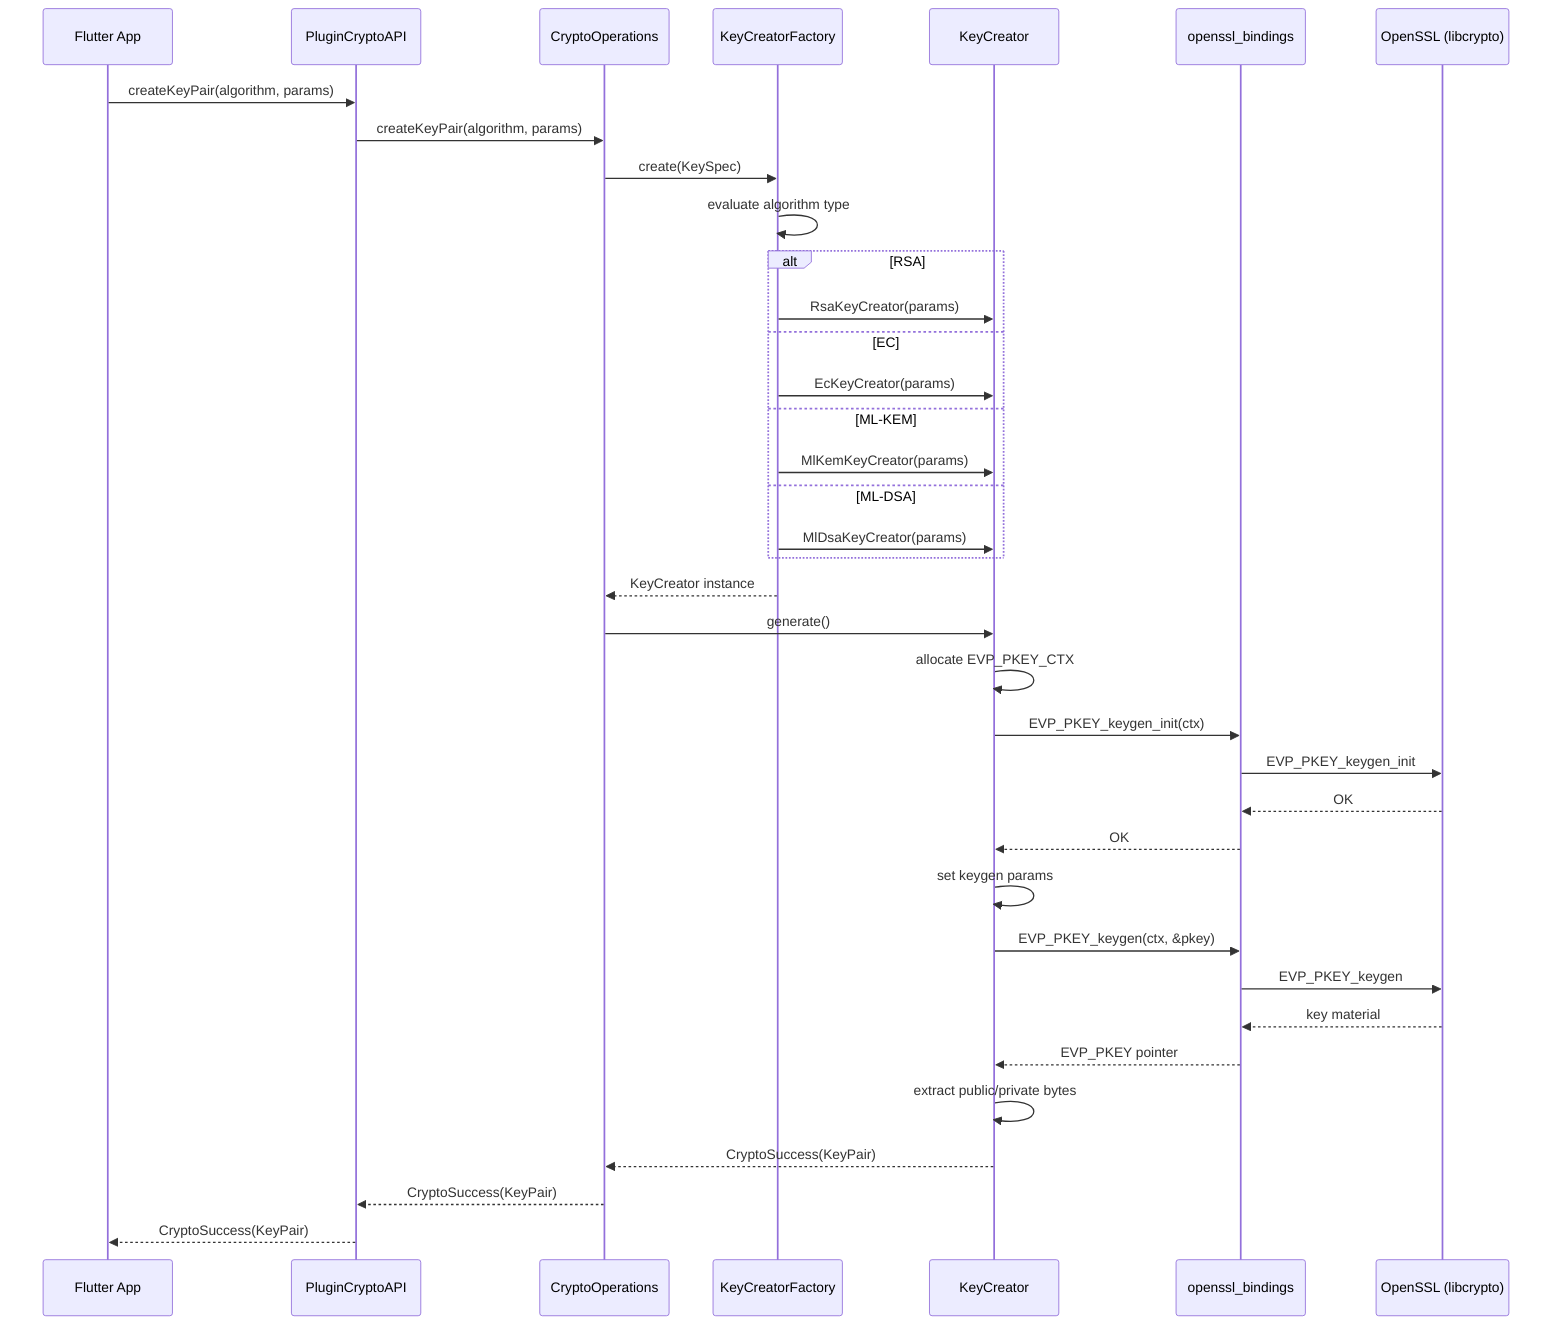
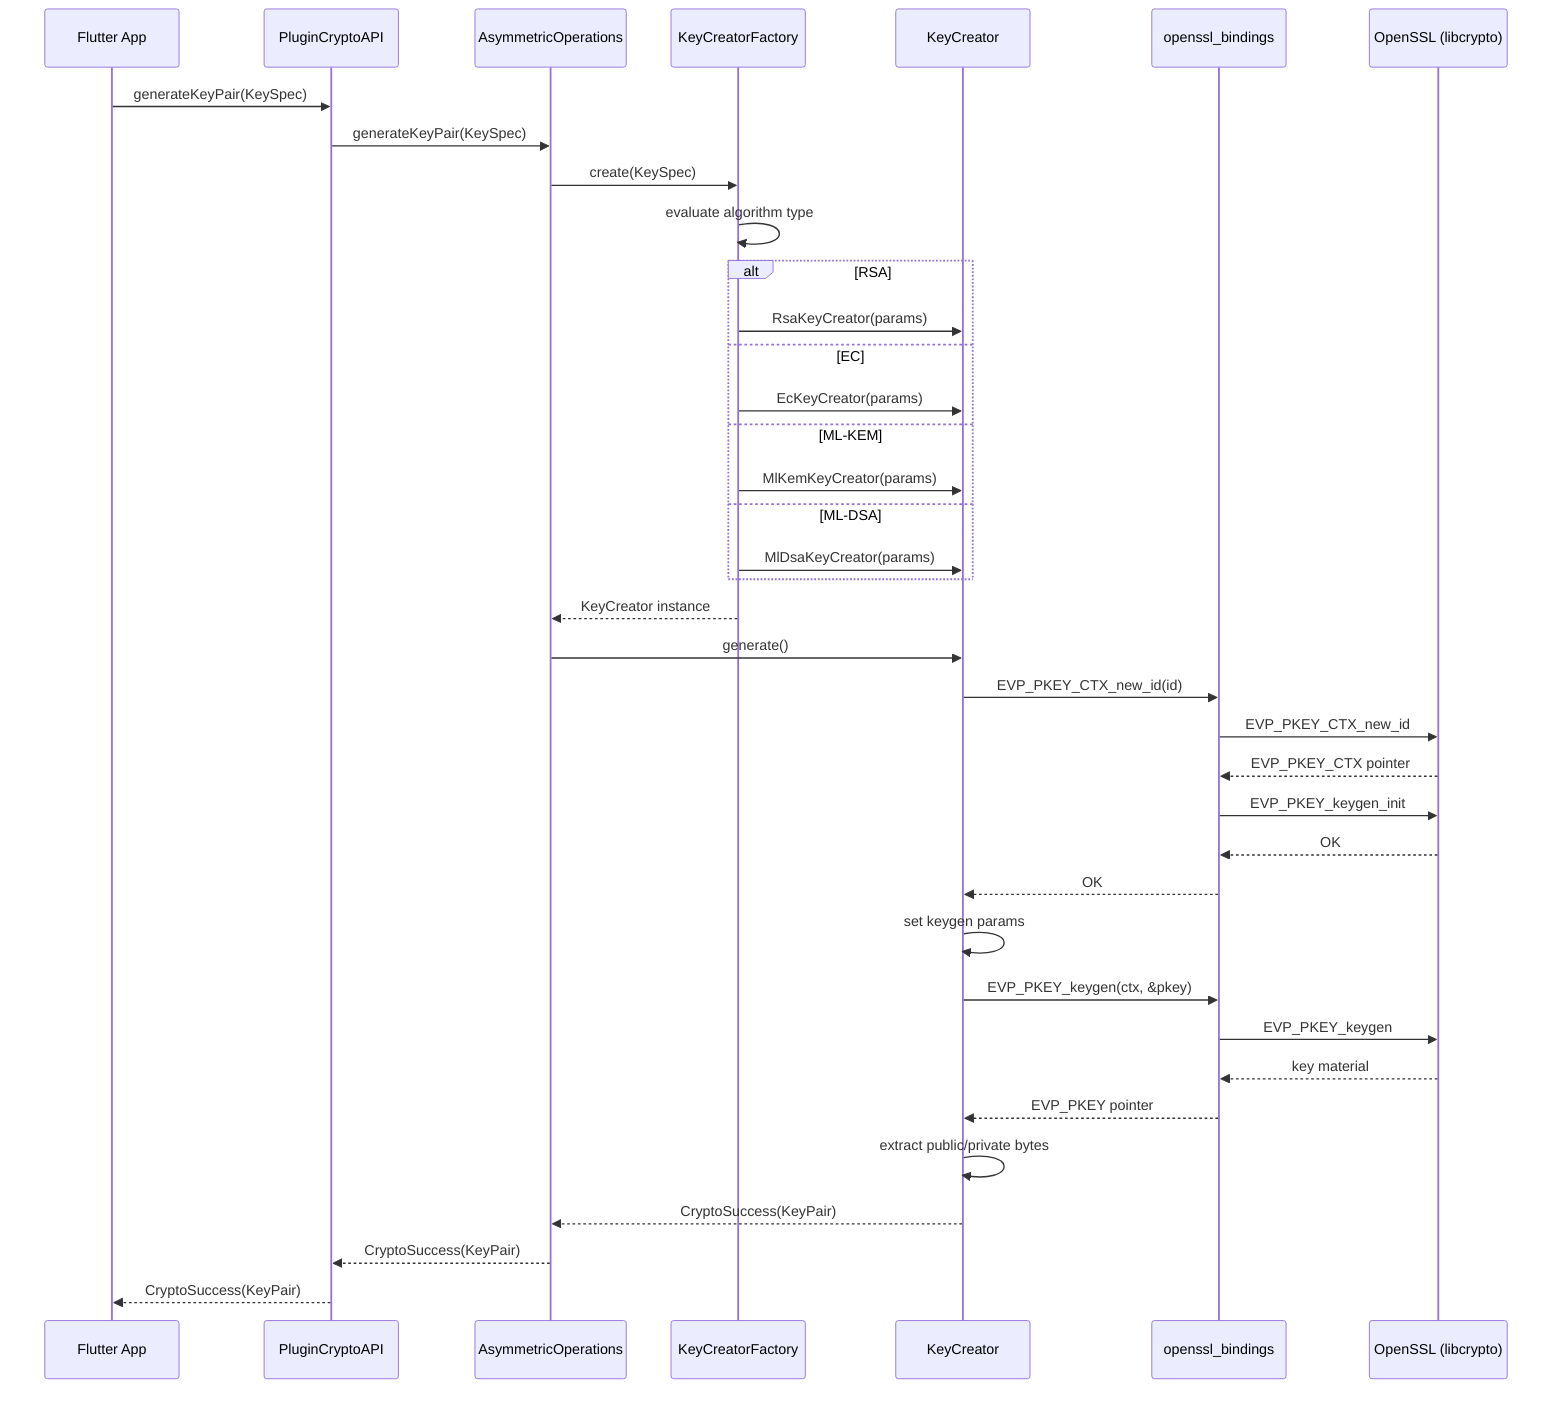
sequenceDiagram
    participant App as Flutter App
    participant API as PluginCryptoAPI
-     participant Ops as CryptoOperations
+     participant Asym as AsymmetricOperations
    participant Factory as KeyCreatorFactory
    participant Creator as KeyCreator
    participant FFI as openssl_bindings
    participant Native as OpenSSL (libcrypto)

-     App->>API: createKeyPair(algorithm, params)
-     API->>Ops: createKeyPair(algorithm, params)
-     Ops->>Factory: create(KeySpec)
+     App->>API: generateKeyPair(KeySpec)
+     API->>Asym: generateKeyPair(KeySpec)
+     Asym->>Factory: create(KeySpec)
    Factory->>Factory: evaluate algorithm type
    alt RSA
        Factory->>Creator: RsaKeyCreator(params)
    else EC
        Factory->>Creator: EcKeyCreator(params)
    else ML-KEM
        Factory->>Creator: MlKemKeyCreator(params)
    else ML-DSA
        Factory->>Creator: MlDsaKeyCreator(params)
    end
-     Factory-->>Ops: KeyCreator instance
+     Factory-->>Asym: KeyCreator instance

-     Ops->>Creator: generate()
-     Creator->>Creator: allocate EVP_PKEY_CTX
-     Creator->>FFI: EVP_PKEY_keygen_init(ctx)
+     Asym->>Creator: generate()
+     Creator->>FFI: EVP_PKEY_CTX_new_id(id)
+     FFI->>Native: EVP_PKEY_CTX_new_id
+     Native-->>FFI: EVP_PKEY_CTX pointer
    FFI->>Native: EVP_PKEY_keygen_init
    Native-->>FFI: OK
    FFI-->>Creator: OK

    Creator->>Creator: set keygen params
    Creator->>FFI: EVP_PKEY_keygen(ctx, &pkey)
    FFI->>Native: EVP_PKEY_keygen
    Native-->>FFI: key material
    FFI-->>Creator: EVP_PKEY pointer

    Creator->>Creator: extract public/private bytes
-     Creator-->>Ops: CryptoSuccess(KeyPair)
-     Ops-->>API: CryptoSuccess(KeyPair)
+     Creator-->>Asym: CryptoSuccess(KeyPair)
+     Asym-->>API: CryptoSuccess(KeyPair)
    API-->>App: CryptoSuccess(KeyPair)